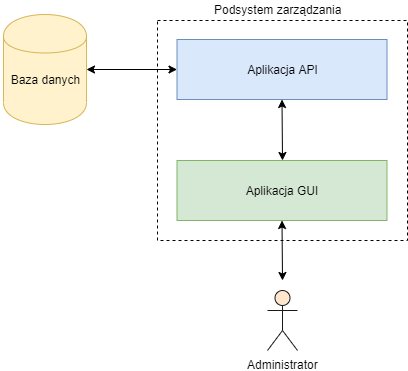
Above: docs/chapters/images/mngmt_subsystem.png in adapiekarska/centralized-lock-system (draw.io), before the change. Source tidied: cells renumbered, new cells last; positions are measured from the earlier drawing's top-left corner, leaving out a move shared by most shapes.
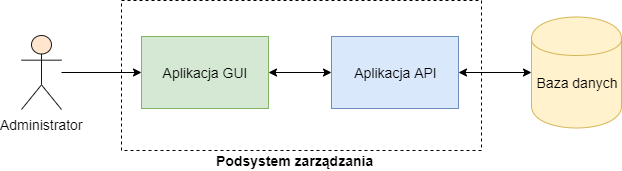
After the change.

What changed in the source:
```diff
@@ -2,39 +2,35 @@
   <root>
     <mxCell id="0" />
     <mxCell id="1" parent="0" />
-    <mxCell id="2" style="shape=cylinder;whiteSpace=wrap;html=1;boundedLbl=1;backgroundOutline=1;fillColor=#fff2cc;strokeColor=#d6b656;" parent="1" vertex="1">
-      <mxGeometry x="3" y="14" width="83" height="110" as="geometry" />
+    <mxCell id="2" style="shape=cylinder;whiteSpace=wrap;html=1;boundedLbl=1;backgroundOutline=1;fillColor=#fff2cc;strokeColor=#d6b656;fontSize=14;" parent="1" vertex="1">
+      <mxGeometry x="287" y="68.5" width="90" height="111" as="geometry" />
     </mxCell>
-    <mxCell id="3" value="Baza danych" style="text;html=1;strokeColor=none;fillColor=none;align=center;verticalAlign=middle;whiteSpace=wrap;rounded=0;" parent="1" vertex="1">
-      <mxGeometry y="69" width="89" height="20" as="geometry" />
+    <mxCell id="3" value="Baza danych" style="text;html=1;strokeColor=none;fillColor=none;align=center;verticalAlign=middle;whiteSpace=wrap;rounded=0;fontSize=14;" parent="1" vertex="1">
+      <mxGeometry x="288" y="124" width="89" height="20" as="geometry" />
     </mxCell>
-    <mxCell id="4" style="rounded=0;whiteSpace=wrap;html=1;fillColor=#FFFFFF;strokeColor=#000000;dashed=1;" parent="1" vertex="1">
-      <mxGeometry x="157" y="20" width="250" height="220" as="geometry" />
+    <mxCell id="4" style="rounded=0;whiteSpace=wrap;html=1;fillColor=#FFFFFF;strokeColor=#000000;dashed=1;fontSize=14;" parent="1" vertex="1">
+      <mxGeometry x="-123" y="52" width="360" height="150" as="geometry" />
     </mxCell>
-    <mxCell id="5" value="Podsystem zarządzania" style="text;html=1;align=left;verticalAlign=top;spacingTop=-4;" parent="1" vertex="1">
-      <mxGeometry x="212" width="140" height="20" as="geometry" />
+    <mxCell id="5" value="Podsystem zarządzania" style="text;html=1;align=left;verticalAlign=top;spacingTop=-4;fontSize=14;fontStyle=1;" parent="1" vertex="1">
+      <mxGeometry x="-30" y="202" width="140" height="20" as="geometry" />
     </mxCell>
+    <mxCell id="12" style="edgeStyle=orthogonalEdgeStyle;rounded=0;jettySize=auto;html=1;exitX=1;exitY=0.5;exitDx=0;exitDy=0;entryX=0;entryY=0.5;entryDx=0;entryDy=0;startArrow=classic;startFill=1;fontSize=14;" parent="1" edge="1" source="7" target="6">
+      <mxGeometry relative="1" as="geometry" />
+    </mxCell>
+    <mxCell id="7" value="Aplikacja GUI" style="rounded=0;whiteSpace=wrap;html=1;strokeColor=#82b366;fillColor=#d5e8d4;fontSize=14;" parent="1" vertex="1">
+      <mxGeometry x="-103" y="88" width="127" height="72" as="geometry" />
+    </mxCell>
+    <mxCell id="13" style="edgeStyle=orthogonalEdgeStyle;rounded=0;jettySize=auto;html=1;entryX=0;entryY=0.5;entryDx=0;entryDy=0;fontSize=14;" parent="1" edge="1" source="10" target="7">
+      <mxGeometry relative="1" as="geometry" />
+    </mxCell>
+    <mxCell id="10" value="Administrator" style="shape=umlActor;verticalLabelPosition=bottom;labelBackgroundColor=#ffffff;verticalAlign=top;html=1;outlineConnect=0;strokeColor=#1A1A1A;fillColor=#ffe6cc;fontSize=14;" parent="1" vertex="1">
+      <mxGeometry x="-223" y="87" width="40" height="74" as="geometry" />
+    </mxCell>
+    <mxCell id="14" style="edgeStyle=orthogonalEdgeStyle;rounded=0;jettySize=auto;html=1;entryX=0;entryY=0.5;entryDx=0;entryDy=0;startArrow=classic;startFill=1;fontSize=14;" parent="1" edge="1" source="6" target="2">
+      <mxGeometry relative="1" as="geometry" />
+    </mxCell>
-    <mxCell id="6" value="Aplikacja API" style="rounded=0;whiteSpace=wrap;html=1;strokeColor=#6c8ebf;fillColor=#dae8fc;" parent="1" vertex="1">
-      <mxGeometry x="176.5" y="39" width="210" height="60" as="geometry" />
+    <mxCell id="6" value="Aplikacja API" style="rounded=0;whiteSpace=wrap;html=1;strokeColor=#6c8ebf;fillColor=#dae8fc;fontSize=14;" parent="1" vertex="1">
+      <mxGeometry x="87" y="88" width="127" height="72" as="geometry" />
     </mxCell>
-    <mxCell id="7" value="Aplikacja GUI" style="rounded=0;whiteSpace=wrap;html=1;strokeColor=#82b366;fillColor=#d5e8d4;" parent="1" vertex="1">
-      <mxGeometry x="176.5" y="160" width="210" height="60" as="geometry" />
-    </mxCell>
-    <mxCell id="8" style="endArrow=classic;startArrow=classic;html=1;entryX=0.5;entryY=1;entryDx=0;entryDy=0;" parent="1" edge="1" target="7">
-      <mxGeometry relative="1" as="geometry">
-        <mxPoint x="282" y="280" as="sourcePoint" />
-      </mxGeometry>
-    </mxCell>
-    <mxCell id="9" style="endArrow=classic;startArrow=classic;html=1;entryX=0.5;entryY=1;entryDx=0;entryDy=0;" parent="1" edge="1" target="6">
-      <mxGeometry relative="1" as="geometry">
-        <mxPoint x="282" y="160" as="sourcePoint" />
-      </mxGeometry>
-    </mxCell>
-    <mxCell id="10" value="Administrator" style="shape=umlActor;verticalLabelPosition=bottom;labelBackgroundColor=#ffffff;verticalAlign=top;html=1;outlineConnect=0;strokeColor=#1A1A1A;fillColor=#ffe6cc;" parent="1" vertex="1">
-      <mxGeometry x="267" y="290" width="30" height="60" as="geometry" />
-    </mxCell>
-    <mxCell id="11" style="endArrow=classic;startArrow=classic;html=1;exitX=1;exitY=0.5;exitDx=0;exitDy=0;entryX=0;entryY=0.5;entryDx=0;entryDy=0;" parent="1" edge="1" source="2" target="6">
-      <mxGeometry relative="1" as="geometry" />
-    </mxCell>
   </root>
 </mxGraphModel>
```
